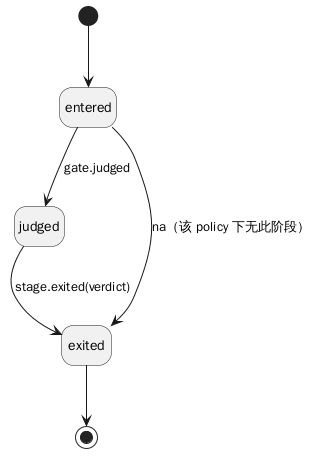
Earlier version of the PlantUML export design/diagrams/uml-state-stagerun.png (raitpor/dsh-software-dev-office).
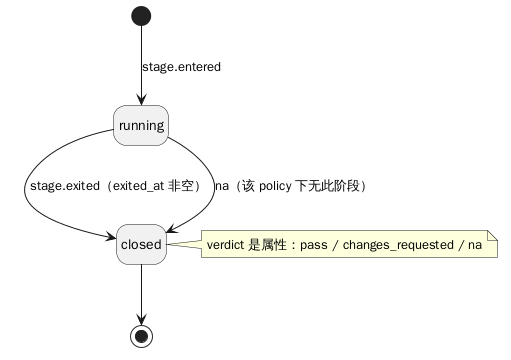
After the change.

What changed in the source:
```diff
@@ -1,8 +1,8 @@
 @startuml
 hide empty description
-[*] --> entered
-entered --> judged : gate.judged
-judged --> exited : stage.exited(verdict)
-entered --> exited : na（该 policy 下无此阶段）
-exited --> [*]
+[*] --> running : stage.entered
+running --> closed : stage.exited（exited_at 非空）
+running --> closed : na（该 policy 下无此阶段）
+note right of closed : verdict 是属性：pass / changes_requested / na
+closed --> [*]
 @enduml
```
